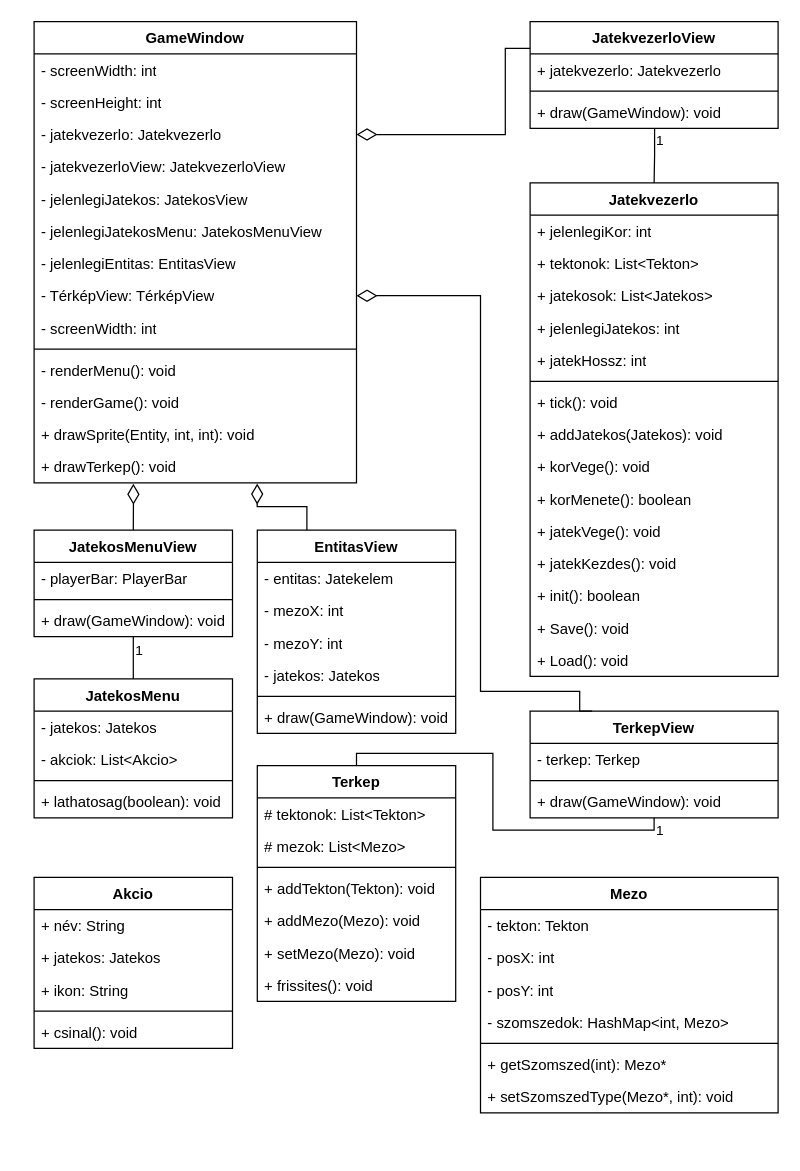
Before: diagrams/grafikusClassDiagram.drawio in T0liver/bme-projlab, a draw.io diagram. Source tidied: cells renumbered, new cells numbered last; positions are measured from the earlier drawing's top-left corner, leaving out a move shared by most shapes. Both pictures are drawn from the tidied source at 124%, with x=0, y=0 at pixel (33, 21).
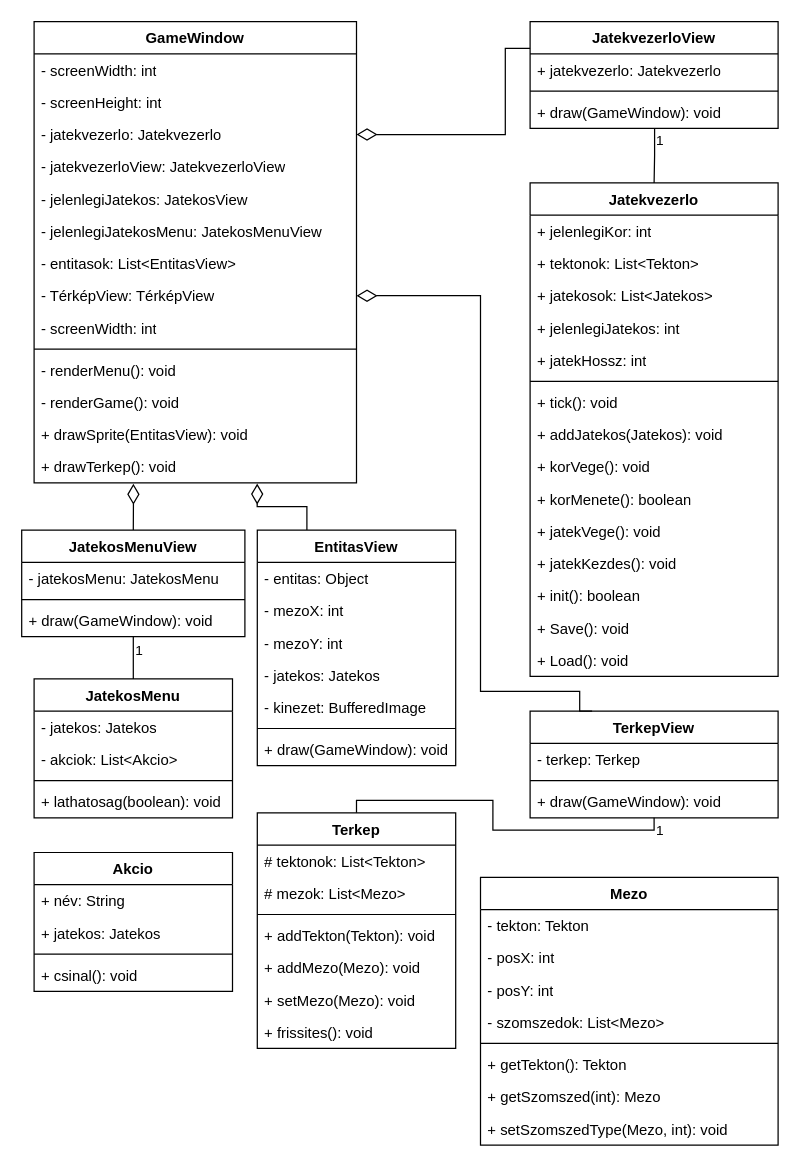
The same diagram, later.

Commit message:
Megbeszélés alapján a változtatások

The change refers to these unchanged cells:
```xml
<mxCell id="2" value="GameWindow" style="swimlane;fontStyle=1;align=center;verticalAlign=top;horizontal=1;startSize=26;whiteSpace=wrap;html=1;swimlaneFillColor=default;" parent="1" vertex="1">
  <mxGeometry width="260" height="372" as="geometry" />
</mxCell>
```

Change to the diagram source:
```diff
@@
-    <mxCell id="9" value="- jelenlegiEntitas: EntitasView" style="text;strokeColor=none;fillColor=none;align=left;verticalAlign=top;spacingLeft=4;spacingRight=4;overflow=hidden;whiteSpace=wrap;html=1;" parent="2" vertex="1">
+    <mxCell id="9" value="- entitasok: List&amp;lt;EntitasView&amp;gt;" style="text;strokeColor=none;fillColor=none;align=left;verticalAlign=top;spacingLeft=4;spacingRight=4;overflow=hidden;whiteSpace=wrap;html=1;" parent="2" vertex="1">
       <mxGeometry y="182" width="260" height="26" as="geometry" />
     </mxCell>
@@
-    <mxCell id="15" value="+ drawSprite(Entity, int, int): void" style="text;strokeColor=none;fillColor=none;align=left;verticalAlign=top;spacingLeft=4;spacingRight=4;overflow=hidden;whiteSpace=wrap;html=1;" parent="2" vertex="1">
+    <mxCell id="15" value="+ drawSprite(EntitasView): void" style="text;strokeColor=none;fillColor=none;align=left;verticalAlign=top;spacingLeft=4;spacingRight=4;overflow=hidden;whiteSpace=wrap;html=1;" parent="2" vertex="1">
       <mxGeometry y="320" width="260" height="26" as="geometry" />
     </mxCell>
@@
     <mxCell id="17" value="JatekosMenuView" style="swimlane;fontStyle=1;align=center;verticalAlign=top;horizontal=1;startSize=26;whiteSpace=wrap;html=1;swimlaneFillColor=default;" parent="1" vertex="1">
-      <mxGeometry y="410" width="160" height="86" as="geometry" />
+      <mxGeometry x="-10" y="410" width="180" height="86" as="geometry" />
     </mxCell>
-    <mxCell id="18" value="- playerBar: PlayerBar" style="text;strokeColor=none;fillColor=none;align=left;verticalAlign=top;spacingLeft=4;spacingRight=4;overflow=hidden;whiteSpace=wrap;html=1;" parent="17" vertex="1">
-      <mxGeometry y="26" width="160" height="26" as="geometry" />
+    <mxCell id="18" value="- jatekosMenu: JatekosMenu" style="text;strokeColor=none;fillColor=none;align=left;verticalAlign=top;spacingLeft=4;spacingRight=4;overflow=hidden;whiteSpace=wrap;html=1;" parent="17" vertex="1">
+      <mxGeometry y="26" width="180" height="26" as="geometry" />
     </mxCell>
     <mxCell id="19" style="line;strokeWidth=1;fillColor=none;align=left;verticalAlign=middle;spacingTop=-1;spacingLeft=3;spacingRight=3;labelPosition=right;strokeColor=inherit;" parent="17" vertex="1">
-      <mxGeometry y="52" width="160" height="8" as="geometry" />
+      <mxGeometry y="52" width="180" height="8" as="geometry" />
     </mxCell>
     <mxCell id="20" value="+ draw(GameWindow): void" style="text;strokeColor=none;fillColor=none;align=left;verticalAlign=top;spacingLeft=4;spacingRight=4;overflow=hidden;points=[[0,0.5],[1,0.5]];portConstraint=eastwest;whiteSpace=wrap;html=1;" parent="17" vertex="1">
-      <mxGeometry y="60" width="160" height="26" as="geometry" />
+      <mxGeometry y="60" width="180" height="26" as="geometry" />
     </mxCell>
@@
     <mxCell id="30" value="Terkep" style="swimlane;fontStyle=1;align=center;verticalAlign=top;horizontal=1;startSize=26;whiteSpace=wrap;html=1;swimlaneFillColor=default;" parent="1" vertex="1">
-      <mxGeometry x="180" y="600" width="160" height="190" as="geometry" />
+      <mxGeometry x="180" y="638" width="160" height="190" as="geometry" />
     </mxCell>
@@
     <mxCell id="43" value="EntitasView" style="swimlane;fontStyle=1;align=center;verticalAlign=top;horizontal=1;startSize=26;whiteSpace=wrap;html=1;swimlaneFillColor=default;" parent="1" vertex="1">
-      <mxGeometry x="180" y="410" width="160" height="164" as="geometry" />
+      <mxGeometry x="180" y="410" width="160" height="190" as="geometry" />
     </mxCell>
-    <mxCell id="44" value="- entitas: Jatekelem" style="text;strokeColor=none;fillColor=none;align=left;verticalAlign=top;spacingLeft=4;spacingRight=4;overflow=hidden;whiteSpace=wrap;html=1;" parent="43" vertex="1">
+    <mxCell id="44" value="- entitas: Object" style="text;strokeColor=none;fillColor=none;align=left;verticalAlign=top;spacingLeft=4;spacingRight=4;overflow=hidden;whiteSpace=wrap;html=1;" parent="43" vertex="1">
       <mxGeometry y="26" width="160" height="26" as="geometry" />
     </mxCell>
@@
+    <mxCell id="89" value="- kinezet: BufferedImage" style="text;strokeColor=none;fillColor=none;align=left;verticalAlign=top;spacingLeft=4;spacingRight=4;overflow=hidden;whiteSpace=wrap;html=1;" parent="43" vertex="1">
+      <mxGeometry y="130" width="160" height="26" as="geometry" />
+    </mxCell>
     <mxCell id="48" style="line;strokeWidth=1;fillColor=none;align=left;verticalAlign=middle;spacingTop=-1;spacingLeft=3;spacingRight=3;labelPosition=right;strokeColor=inherit;" parent="43" vertex="1">
-      <mxGeometry y="130" width="160" height="8" as="geometry" />
+      <mxGeometry y="156" width="160" height="8" as="geometry" />
     </mxCell>
     <mxCell id="49" value="+ draw(GameWindow): void" style="text;strokeColor=none;fillColor=none;align=left;verticalAlign=top;spacingLeft=4;spacingRight=4;overflow=hidden;whiteSpace=wrap;html=1;" parent="43" vertex="1">
-      <mxGeometry y="138" width="160" height="26" as="geometry" />
+      <mxGeometry y="164" width="160" height="26" as="geometry" />
     </mxCell>
@@
     <mxCell id="75" value="Akcio" style="swimlane;fontStyle=1;align=center;verticalAlign=top;horizontal=1;startSize=26;whiteSpace=wrap;html=1;swimlaneFillColor=default;" parent="1" vertex="1">
-      <mxGeometry y="690" width="160" height="138" as="geometry" />
+      <mxGeometry y="670" width="160" height="112" as="geometry" />
     </mxCell>
@@
-    <mxCell id="78" value="+ ikon: String" style="text;strokeColor=none;fillColor=none;align=left;verticalAlign=top;spacingLeft=4;spacingRight=4;overflow=hidden;whiteSpace=wrap;html=1;" parent="75" vertex="1">
-      <mxGeometry y="78" width="160" height="26" as="geometry" />
-    </mxCell>
     <mxCell id="79" style="line;strokeWidth=1;fillColor=none;align=left;verticalAlign=middle;spacingTop=-1;spacingLeft=3;spacingRight=3;labelPosition=right;strokeColor=inherit;" parent="75" vertex="1">
-      <mxGeometry y="104" width="160" height="8" as="geometry" />
+      <mxGeometry y="78" width="160" height="8" as="geometry" />
     </mxCell>
     <mxCell id="80" value="+ csinal(): void" style="text;strokeColor=none;fillColor=none;align=left;verticalAlign=top;spacingLeft=4;spacingRight=4;overflow=hidden;whiteSpace=wrap;html=1;" parent="75" vertex="1">
-      <mxGeometry y="112" width="160" height="26" as="geometry" />
+      <mxGeometry y="86" width="160" height="26" as="geometry" />
     </mxCell>
     <mxCell id="81" value="Mezo" style="swimlane;fontStyle=1;align=center;verticalAlign=top;horizontal=1;startSize=26;whiteSpace=wrap;html=1;swimlaneFillColor=default;" parent="1" vertex="1">
-      <mxGeometry x="360" y="690" width="240" height="190" as="geometry" />
+      <mxGeometry x="360" y="690" width="240" height="216" as="geometry" />
     </mxCell>
@@
-    <mxCell id="85" value="- szomszedok: HashMap&amp;lt;int, Mezo&amp;gt;" style="text;strokeColor=none;fillColor=none;align=left;verticalAlign=top;spacingLeft=4;spacingRight=4;overflow=hidden;whiteSpace=wrap;html=1;" parent="81" vertex="1">
+    <mxCell id="85" value="- szomszedok: List&amp;lt;Mezo&amp;gt;" style="text;strokeColor=none;fillColor=none;align=left;verticalAlign=top;spacingLeft=4;spacingRight=4;overflow=hidden;whiteSpace=wrap;html=1;" parent="81" vertex="1">
       <mxGeometry y="104" width="240" height="26" as="geometry" />
     </mxCell>
@@
-    <mxCell id="87" value="+ getSzomszed(int): Mezo*" style="text;strokeColor=none;fillColor=none;align=left;verticalAlign=top;spacingLeft=4;spacingRight=4;overflow=hidden;whiteSpace=wrap;html=1;" parent="81" vertex="1">
+    <mxCell id="87" value="+ getTekton(): Tekton" style="text;strokeColor=none;fillColor=none;align=left;verticalAlign=top;spacingLeft=4;spacingRight=4;overflow=hidden;whiteSpace=wrap;html=1;" parent="81" vertex="1">
       <mxGeometry y="138" width="240" height="26" as="geometry" />
     </mxCell>
+    <mxCell id="90" value="+ getSzomszed(int): Mezo" style="text;strokeColor=none;fillColor=none;align=left;verticalAlign=top;spacingLeft=4;spacingRight=4;overflow=hidden;whiteSpace=wrap;html=1;" parent="81" vertex="1">
+      <mxGeometry y="164" width="240" height="26" as="geometry" />
+    </mxCell>
-    <mxCell id="88" value="+ setSzomszedType(Mezo*, int): void" style="text;strokeColor=none;fillColor=none;align=left;verticalAlign=top;spacingLeft=4;spacingRight=4;overflow=hidden;whiteSpace=wrap;html=1;" parent="81" vertex="1">
-      <mxGeometry y="164" width="240" height="26" as="geometry" />
+    <mxCell id="88" value="+ setSzomszedType(Mezo, int): void" style="text;strokeColor=none;fillColor=none;align=left;verticalAlign=top;spacingLeft=4;spacingRight=4;overflow=hidden;whiteSpace=wrap;html=1;" parent="81" vertex="1">
+      <mxGeometry y="190" width="240" height="26" as="geometry" />
     </mxCell>
```
